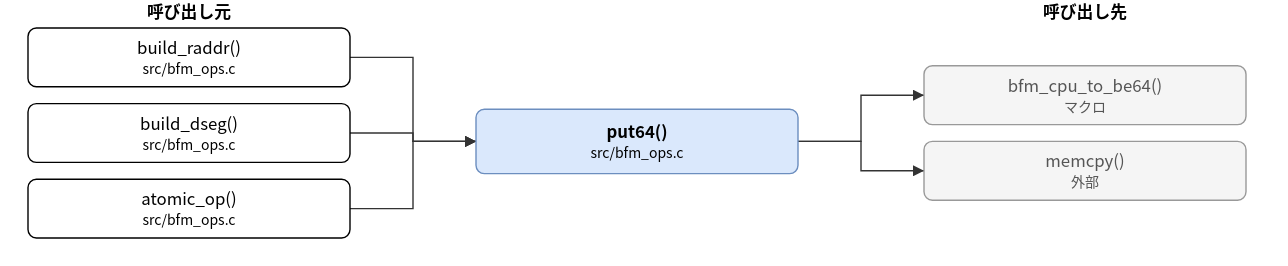
Before: doc/spec/images/call_src_bfm_ops-put64.drawio.svg, a diagram exported from draw.io (hf355051012-ai/bfmem). Source tidied: cells renumbered, new cells last; positions are measured from the earlier drawing's top-left corner, leaving out a move shared by most shapes.
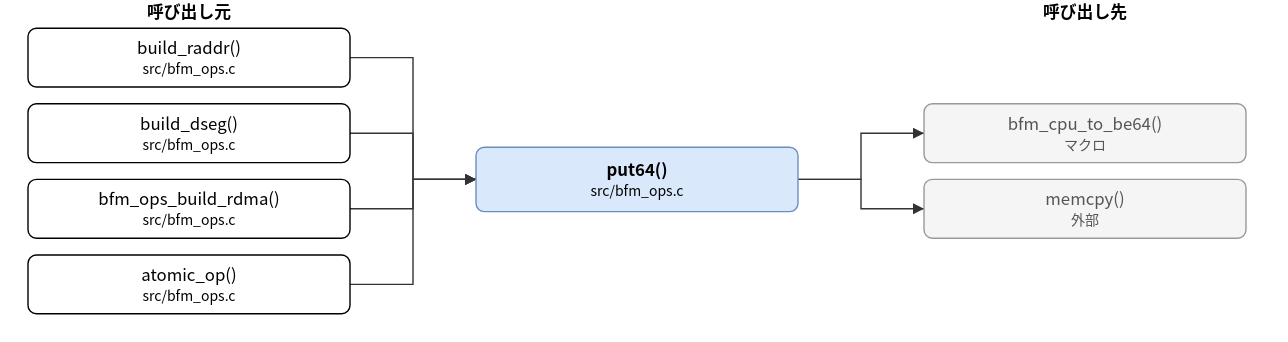
The same diagram one commit later.

What changed in the source:
```diff
@@ -3,7 +3,7 @@
     <mxCell id="0" />
     <mxCell id="1" parent="0" />
     <mxCell id="2" value="put64()&lt;br&gt;&lt;font style=&quot;font-size:10px&quot;&gt;src/bfm_ops.c&lt;/font&gt;" style="rounded=1;whiteSpace=wrap;html=1;fillColor=#dae8fc;strokeColor=#6c8ebf;fontStyle=1;" parent="1" vertex="1">
-      <mxGeometry x="320" y="78" width="230" height="46" as="geometry" />
+      <mxGeometry x="320" y="105" width="230" height="46" as="geometry" />
     </mxCell>
     <mxCell id="3" value="build_raddr()&lt;br&gt;&lt;font style=&quot;font-size:10px&quot;&gt;src/bfm_ops.c&lt;/font&gt;" style="rounded=1;whiteSpace=wrap;html=1;" parent="1" vertex="1">
       <mxGeometry y="20" width="230" height="42" as="geometry" />
@@ -11,20 +11,23 @@
     <mxCell id="4" value="build_dseg()&lt;br&gt;&lt;font style=&quot;font-size:10px&quot;&gt;src/bfm_ops.c&lt;/font&gt;" style="rounded=1;whiteSpace=wrap;html=1;" parent="1" vertex="1">
       <mxGeometry y="74" width="230" height="42" as="geometry" />
     </mxCell>
-    <mxCell id="5" value="atomic_op()&lt;br&gt;&lt;font style=&quot;font-size:10px&quot;&gt;src/bfm_ops.c&lt;/font&gt;" style="rounded=1;whiteSpace=wrap;html=1;" parent="1" vertex="1">
+    <mxCell id="5" value="bfm_ops_build_rdma()&lt;br&gt;&lt;font style=&quot;font-size:10px&quot;&gt;src/bfm_ops.c&lt;/font&gt;" style="rounded=1;whiteSpace=wrap;html=1;" parent="1" vertex="1">
       <mxGeometry y="128" width="230" height="42" as="geometry" />
     </mxCell>
+    <mxCell id="15" value="atomic_op()&lt;br&gt;&lt;font style=&quot;font-size:10px&quot;&gt;src/bfm_ops.c&lt;/font&gt;" style="rounded=1;whiteSpace=wrap;html=1;" parent="1" vertex="1">
+      <mxGeometry y="182" width="230" height="42" as="geometry" />
+    </mxCell>
     <mxCell id="6" value="bfm_cpu_to_be64()&lt;br&gt;&lt;font style=&quot;font-size:10px&quot;&gt;マクロ&lt;/font&gt;" style="rounded=1;whiteSpace=wrap;html=1;fillColor=#f5f5f5;strokeColor=#999999;fontColor=#555555;" parent="1" vertex="1">
-      <mxGeometry x="640" y="47" width="230" height="42" as="geometry" />
+      <mxGeometry x="640" y="74" width="230" height="42" as="geometry" />
     </mxCell>
     <mxCell id="7" value="memcpy()&lt;br&gt;&lt;font style=&quot;font-size:10px&quot;&gt;外部&lt;/font&gt;" style="rounded=1;whiteSpace=wrap;html=1;fillColor=#f5f5f5;strokeColor=#999999;fontColor=#555555;" parent="1" vertex="1">
-      <mxGeometry x="640" y="101" width="230" height="42" as="geometry" />
+      <mxGeometry x="640" y="128" width="230" height="42" as="geometry" />
     </mxCell>
     <mxCell id="8" style="edgeStyle=none;html=1;rounded=0;endArrow=block;endFill=1;exitX=1.0000;exitY=0.5000;exitDx=0;exitDy=0;exitPerimeter=0;entryX=0.0000;entryY=0.5000;entryDx=0;entryDy=0;entryPerimeter=0;" parent="1" edge="1" source="3" target="2">
       <mxGeometry relative="1" as="geometry">
         <Array as="points">
           <mxPoint x="275" y="41" />
-          <mxPoint x="275" y="101" />
+          <mxPoint x="275" y="128" />
         </Array>
       </mxGeometry>
     </mxCell>
@@ -32,7 +35,7 @@
       <mxGeometry relative="1" as="geometry">
         <Array as="points">
           <mxPoint x="275" y="95" />
-          <mxPoint x="275" y="101" />
+          <mxPoint x="275" y="128" />
         </Array>
       </mxGeometry>
     </mxCell>
@@ -40,26 +43,34 @@
       <mxGeometry relative="1" as="geometry">
         <Array as="points">
           <mxPoint x="275" y="149" />
-          <mxPoint x="275" y="101" />
+          <mxPoint x="275" y="128" />
         </Array>
       </mxGeometry>
     </mxCell>
-    <mxCell id="11" style="edgeStyle=none;html=1;rounded=0;endArrow=block;endFill=1;exitX=1.0000;exitY=0.5000;exitDx=0;exitDy=0;exitPerimeter=0;entryX=0.0000;entryY=0.5000;entryDx=0;entryDy=0;entryPerimeter=0;" parent="1" edge="1" source="2" target="6">
+    <mxCell id="11" style="edgeStyle=none;html=1;rounded=0;endArrow=block;endFill=1;exitX=1.0000;exitY=0.5000;exitDx=0;exitDy=0;exitPerimeter=0;entryX=0.0000;entryY=0.5000;entryDx=0;entryDy=0;entryPerimeter=0;" parent="1" edge="1" source="15" target="2">
       <mxGeometry relative="1" as="geometry">
         <Array as="points">
-          <mxPoint x="595" y="101" />
-          <mxPoint x="595" y="68" />
+          <mxPoint x="275" y="203" />
+          <mxPoint x="275" y="128" />
         </Array>
       </mxGeometry>
     </mxCell>
-    <mxCell id="12" style="edgeStyle=none;html=1;rounded=0;endArrow=block;endFill=1;exitX=1.0000;exitY=0.5000;exitDx=0;exitDy=0;exitPerimeter=0;entryX=0.0000;entryY=0.5000;entryDx=0;entryDy=0;entryPerimeter=0;" parent="1" edge="1" source="2" target="7">
+    <mxCell id="12" style="edgeStyle=none;html=1;rounded=0;endArrow=block;endFill=1;exitX=1.0000;exitY=0.5000;exitDx=0;exitDy=0;exitPerimeter=0;entryX=0.0000;entryY=0.5000;entryDx=0;entryDy=0;entryPerimeter=0;" parent="1" edge="1" source="2" target="6">
       <mxGeometry relative="1" as="geometry">
         <Array as="points">
-          <mxPoint x="595" y="101" />
-          <mxPoint x="595" y="122" />
+          <mxPoint x="595" y="128" />
+          <mxPoint x="595" y="95" />
         </Array>
       </mxGeometry>
     </mxCell>
+    <mxCell id="16" style="edgeStyle=none;html=1;rounded=0;endArrow=block;endFill=1;exitX=1.0000;exitY=0.5000;exitDx=0;exitDy=0;exitPerimeter=0;entryX=0.0000;entryY=0.5000;entryDx=0;entryDy=0;entryPerimeter=0;" parent="1" edge="1" source="2" target="7">
+      <mxGeometry relative="1" as="geometry">
+        <Array as="points">
+          <mxPoint x="595" y="128" />
+          <mxPoint x="595" y="149" />
+        </Array>
+      </mxGeometry>
+    </mxCell>
     <mxCell id="13" value="呼び出し元" style="text;html=1;align=center;fontStyle=1;" parent="1" vertex="1">
       <mxGeometry x="35" width="160" height="18" as="geometry" />
     </mxCell>
```
